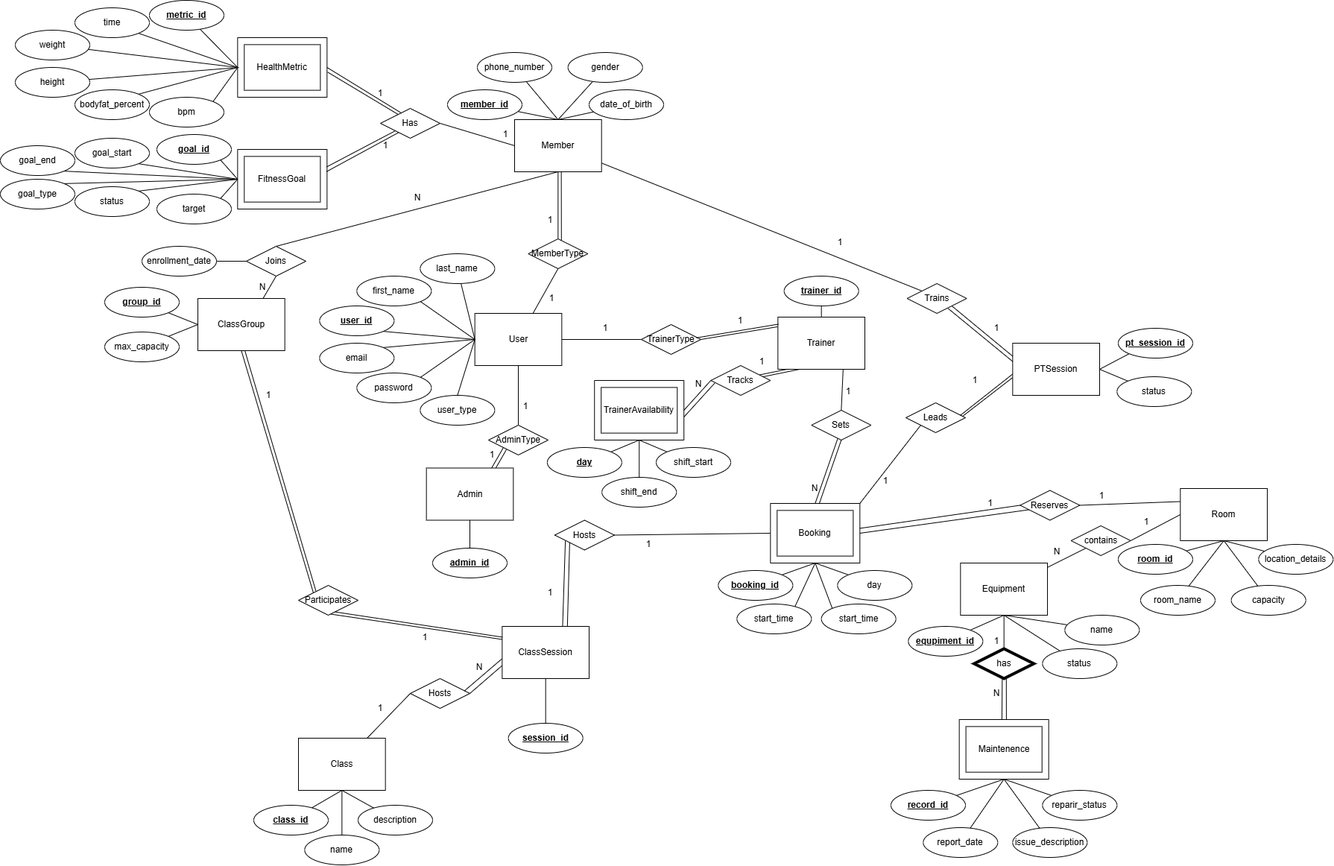
This is ER_3005_Project_Final.drawio.png from KavenMuralei/COMP3005-Final-Project, a draw.io export, as it was before one commit. Source tidied: cells renumbered, new cells last; positions are measured from the earlier drawing's top-left corner, leaving out a move shared by most shapes.
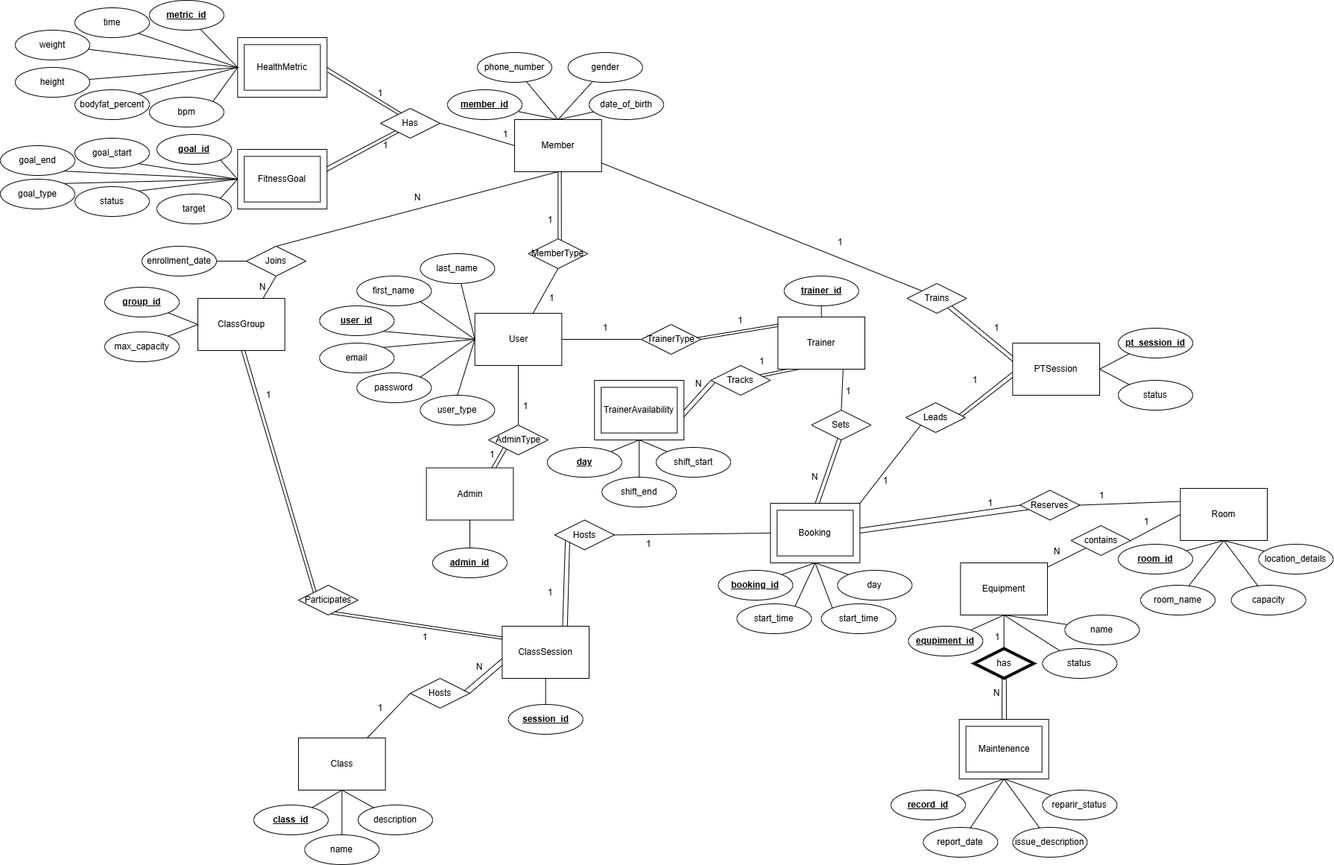
After the commit.

Change to the diagram source:
```diff
@@ -147,7 +147,7 @@
       <mxGeometry x="1398.3" y="870" width="100" height="40" as="geometry" />
     </mxCell>
     <mxCell id="50" value="1" style="text;html=1;whiteSpace=wrap;strokeColor=none;fillColor=none;align=center;verticalAlign=middle;rounded=0;" parent="1" vertex="1">
-      <mxGeometry x="1306.7" y="845" width="60" height="30" as="geometry" />
+      <mxGeometry x="1308.3" y="840" width="60" height="30" as="geometry" />
     </mxCell>
     <mxCell id="51" value="N" style="text;html=1;whiteSpace=wrap;strokeColor=none;fillColor=none;align=center;verticalAlign=middle;rounded=0;" parent="1" vertex="1">
       <mxGeometry x="1306.7" y="915" width="60" height="30" as="geometry" />
@@ -219,7 +219,7 @@
       <mxGeometry relative="1" as="geometry" />
     </mxCell>
     <mxCell id="74" value="&lt;u&gt;&lt;b&gt;session_id&lt;/b&gt;&lt;/u&gt;" style="ellipse;whiteSpace=wrap;html=1;rotation=0;" parent="1" vertex="1">
-      <mxGeometry x="681.7" y="970" width="100" height="40" as="geometry" />
+      <mxGeometry x="681.7" y="945" width="100" height="40" as="geometry" />
     </mxCell>
     <mxCell id="75" value="Hosts" style="rhombus;whiteSpace=wrap;html=1;rotation=0;" parent="1" vertex="1">
       <mxGeometry x="743.9" y="697.5" width="80" height="40" as="geometry" />
@@ -311,14 +311,14 @@
     <mxCell id="104" style="rounded=0;jettySize=auto;html=1;entryX=0;entryY=0.5;entryDx=0;entryDy=0;endArrow=none;endFill=0;exitX=0.999;exitY=0.418;exitDx=0;exitDy=0;exitPerimeter=0;" parent="1" edge="1" source="200" target="98">
       <mxGeometry relative="1" as="geometry" />
     </mxCell>
-    <mxCell id="105" style="rounded=0;jettySize=auto;html=1;entryX=0.913;entryY=0.422;entryDx=0;entryDy=0;endArrow=none;endFill=0;exitX=-0.001;exitY=0.593;exitDx=0;exitDy=0;exitPerimeter=0;entryPerimeter=0;" parent="1" edge="1" source="85" target="102">
+    <mxCell id="105" style="rounded=0;jettySize=auto;html=1;entryX=0.891;entryY=0.398;entryDx=0;entryDy=0;endArrow=none;endFill=0;exitX=-0.006;exitY=0.562;exitDx=0;exitDy=0;exitPerimeter=0;entryPerimeter=0;" parent="1" edge="1" source="85" target="102">
       <mxGeometry relative="1" as="geometry" />
     </mxCell>
     <mxCell id="106" style="rounded=0;jettySize=auto;html=1;exitX=0;exitY=0;exitDx=0;exitDy=0;entryX=1;entryY=0.5;entryDx=0;entryDy=0;endArrow=none;endFill=0;" parent="1" edge="1" source="107" target="85">
       <mxGeometry relative="1" as="geometry" />
     </mxCell>
     <mxCell id="107" value="status" style="ellipse;whiteSpace=wrap;html=1;rotation=0;" parent="1" vertex="1">
-      <mxGeometry x="1498.3" y="505" width="100" height="40" as="geometry" />
+      <mxGeometry x="1500" y="510" width="100" height="40" as="geometry" />
     </mxCell>
     <mxCell id="108" style="rounded=0;jettySize=auto;html=1;entryX=0;entryY=0.5;entryDx=0;entryDy=0;endArrow=none;endFill=0;exitX=1;exitY=1;exitDx=0;exitDy=0;" parent="1" edge="1" source="109" target="90">
       <mxGeometry relative="1" as="geometry" />
@@ -641,7 +641,7 @@
       <mxGeometry x="1123.3" y="765" width="100" height="40" as="geometry" />
     </mxCell>
     <mxCell id="214" value="N" style="text;html=1;whiteSpace=wrap;strokeColor=none;fillColor=none;align=center;verticalAlign=middle;rounded=0;" parent="1" vertex="1">
-      <mxGeometry x="1063.3" y="640" width="60" height="30" as="geometry" />
+      <mxGeometry x="1063.3" y="625" width="60" height="30" as="geometry" />
     </mxCell>
     <mxCell id="215" value="1" style="text;html=1;whiteSpace=wrap;strokeColor=none;fillColor=none;align=center;verticalAlign=middle;rounded=0;" parent="1" vertex="1">
       <mxGeometry x="1296.7" y="660" width="63.3" height="30" as="geometry" />
```
